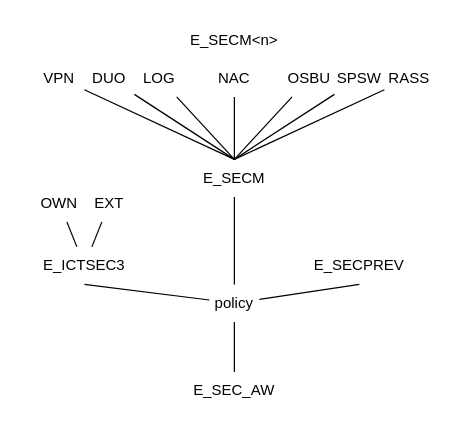
amanfucci/sistemi-informativi keeps this draw.io diagram as figures/isoc_cisce_ra_indic.drawio. Above is the earlier version. Source tidied: cells renumbered, new cells numbered last; positions are measured from the earlier drawing's top-left corner, leaving out a move shared by most shapes. Both pictures are drawn from the tidied source at 125%, with x=0, y=0 at pixel (21, 21).
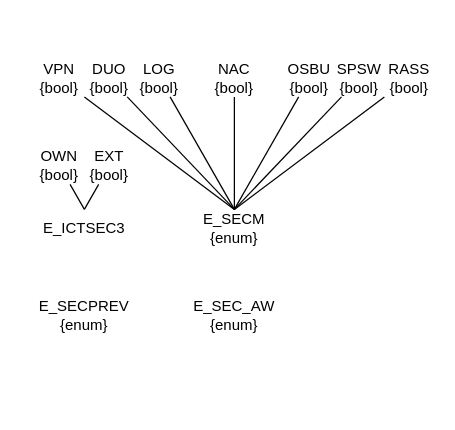
The same diagram, later.

The edit, as a diff of the source:
```diff
@@
-    <mxCell id="2" value="DUO" style="text;html=1;whiteSpace=wrap;strokeColor=none;fillColor=none;align=center;verticalAlign=middle;rounded=0;" parent="1" vertex="1">
+    <mxCell id="2" value="DUO&lt;br&gt;{bool}" style="text;html=1;whiteSpace=wrap;strokeColor=none;fillColor=none;align=center;verticalAlign=middle;rounded=0;" parent="1" vertex="1">
       <mxGeometry x="50" y="30" width="40" height="30" as="geometry" />
     </mxCell>
-    <mxCell id="3" value="LOG" style="text;html=1;whiteSpace=wrap;strokeColor=none;fillColor=none;align=center;verticalAlign=middle;rounded=0;" parent="1" vertex="1">
+    <mxCell id="3" value="LOG&lt;br&gt;{bool}" style="text;html=1;whiteSpace=wrap;strokeColor=none;fillColor=none;align=center;verticalAlign=middle;rounded=0;" parent="1" vertex="1">
       <mxGeometry x="90" y="30" width="40" height="30" as="geometry" />
     </mxCell>
-    <mxCell id="4" value="NAC" style="text;html=1;whiteSpace=wrap;strokeColor=none;fillColor=none;align=center;verticalAlign=middle;rounded=0;" parent="1" vertex="1">
+    <mxCell id="4" value="NAC&lt;br&gt;{bool}" style="text;html=1;whiteSpace=wrap;strokeColor=none;fillColor=none;align=center;verticalAlign=middle;rounded=0;" parent="1" vertex="1">
       <mxGeometry x="150" y="30" width="40" height="30" as="geometry" />
     </mxCell>
-    <mxCell id="5" value="OSBU" style="text;html=1;whiteSpace=wrap;strokeColor=none;fillColor=none;align=center;verticalAlign=middle;rounded=0;" parent="1" vertex="1">
+    <mxCell id="5" value="OSBU&lt;br&gt;{bool}" style="text;html=1;whiteSpace=wrap;strokeColor=none;fillColor=none;align=center;verticalAlign=middle;rounded=0;" parent="1" vertex="1">
       <mxGeometry x="210" y="30" width="40" height="30" as="geometry" />
     </mxCell>
-    <mxCell id="6" value="SPSW" style="text;html=1;whiteSpace=wrap;strokeColor=none;fillColor=none;align=center;verticalAlign=middle;rounded=0;" parent="1" vertex="1">
+    <mxCell id="6" value="SPSW&lt;br&gt;{bool}" style="text;html=1;whiteSpace=wrap;strokeColor=none;fillColor=none;align=center;verticalAlign=middle;rounded=0;" parent="1" vertex="1">
       <mxGeometry x="250" y="30" width="40" height="30" as="geometry" />
     </mxCell>
-    <mxCell id="7" value="RASS" style="text;html=1;whiteSpace=wrap;strokeColor=none;fillColor=none;align=center;verticalAlign=middle;rounded=0;" parent="1" vertex="1">
+    <mxCell id="7" value="RASS&lt;br&gt;{bool}" style="text;html=1;whiteSpace=wrap;strokeColor=none;fillColor=none;align=center;verticalAlign=middle;rounded=0;" parent="1" vertex="1">
       <mxGeometry x="290" y="30" width="40" height="30" as="geometry" />
     </mxCell>
-    <mxCell id="8" value="VPN" style="text;html=1;whiteSpace=wrap;strokeColor=none;fillColor=none;align=center;verticalAlign=middle;rounded=0;" parent="1" vertex="1">
+    <mxCell id="8" value="VPN&lt;br&gt;{bool}" style="text;html=1;whiteSpace=wrap;strokeColor=none;fillColor=none;align=center;verticalAlign=middle;rounded=0;" parent="1" vertex="1">
       <mxGeometry x="10" y="30" width="40" height="30" as="geometry" />
     </mxCell>
-    <mxCell id="9" value="E_SECM" style="text;html=1;whiteSpace=wrap;strokeColor=none;fillColor=none;align=center;verticalAlign=middle;rounded=0;" parent="1" vertex="1">
-      <mxGeometry x="120" y="110" width="100" height="30" as="geometry" />
+    <mxCell id="9" value="E_SECM&lt;br&gt;{enum}" style="text;html=1;whiteSpace=wrap;strokeColor=none;fillColor=none;align=center;verticalAlign=middle;rounded=0;" parent="1" vertex="1">
+      <mxGeometry x="120" y="150" width="100" height="30" as="geometry" />
     </mxCell>
@@
-    <mxCell id="17" style="endArrow=none;html=1;rounded=0;entryX=0.5;entryY=1;entryDx=0;entryDy=0;startArrow=none;startFill=0;endFill=0;endSize=8;startSize=8;" parent="1" edge="1" source="27" target="9">
-      <mxGeometry relative="1" as="geometry" />
-    </mxCell>
-    <mxCell id="18" value="E_SECM&amp;lt;n&amp;gt;" style="text;html=1;whiteSpace=wrap;strokeColor=none;fillColor=none;align=center;verticalAlign=middle;rounded=0;" parent="1" vertex="1">
-      <mxGeometry x="140" width="60" height="30" as="geometry" />
-    </mxCell>
-    <mxCell id="19" value="E_SECPREV" style="text;html=1;whiteSpace=wrap;strokeColor=none;fillColor=none;align=center;verticalAlign=middle;rounded=0;" parent="1" vertex="1">
-      <mxGeometry x="220" y="180" width="100" height="30" as="geometry" />
+    <mxCell id="19" value="E_SECPREV&lt;br&gt;{enum}" style="text;html=1;whiteSpace=wrap;strokeColor=none;fillColor=none;align=center;verticalAlign=middle;rounded=0;" parent="1" vertex="1">
+      <mxGeometry y="220" width="100" height="30" as="geometry" />
     </mxCell>
-    <mxCell id="20" style="endArrow=none;html=1;rounded=0;entryX=0.5;entryY=1;entryDx=0;entryDy=0;startArrow=none;startFill=0;endFill=0;endSize=8;startSize=8;" parent="1" edge="1" source="27" target="19">
-      <mxGeometry relative="1" as="geometry" />
-    </mxCell>
     <mxCell id="21" value="E_ICTSEC3" style="text;html=1;whiteSpace=wrap;strokeColor=none;fillColor=none;align=center;verticalAlign=middle;rounded=0;" parent="1" vertex="1">
-      <mxGeometry y="180" width="100" height="30" as="geometry" />
+      <mxGeometry y="150" width="100" height="30" as="geometry" />
     </mxCell>
-    <mxCell id="22" style="endArrow=none;html=1;rounded=0;entryX=0.5;entryY=1;entryDx=0;entryDy=0;startArrow=none;startFill=0;endFill=0;endSize=8;startSize=8;" parent="1" edge="1" source="27" target="21">
-      <mxGeometry relative="1" as="geometry" />
-    </mxCell>
-    <mxCell id="23" value="EXT" style="text;html=1;whiteSpace=wrap;strokeColor=none;fillColor=none;align=center;verticalAlign=middle;rounded=0;" parent="1" vertex="1">
-      <mxGeometry x="50" y="130" width="40" height="30" as="geometry" />
+    <mxCell id="23" value="EXT&lt;br&gt;{bool}" style="text;html=1;whiteSpace=wrap;strokeColor=none;fillColor=none;align=center;verticalAlign=middle;rounded=0;" parent="1" vertex="1">
+      <mxGeometry x="50" y="100" width="40" height="30" as="geometry" />
     </mxCell>
-    <mxCell id="24" value="OWN" style="text;html=1;whiteSpace=wrap;strokeColor=none;fillColor=none;align=center;verticalAlign=middle;rounded=0;" parent="1" vertex="1">
-      <mxGeometry x="10" y="130" width="40" height="30" as="geometry" />
+    <mxCell id="24" value="OWN&lt;br&gt;{bool}" style="text;html=1;whiteSpace=wrap;strokeColor=none;fillColor=none;align=center;verticalAlign=middle;rounded=0;" parent="1" vertex="1">
+      <mxGeometry x="10" y="100" width="40" height="30" as="geometry" />
     </mxCell>
-    <mxCell id="25" style="endArrow=none;html=1;rounded=0;endFill=0;endSize=8;" parent="1" edge="1" source="21" target="24">
+    <mxCell id="25" style="endArrow=none;html=1;rounded=0;endFill=0;endSize=8;exitX=0.5;exitY=0;exitDx=0;exitDy=0;" parent="1" edge="1" source="21" target="24">
       <mxGeometry relative="1" as="geometry" />
     </mxCell>
-    <mxCell id="26" style="endArrow=none;html=1;rounded=0;endFill=0;endSize=8;" parent="1" edge="1" source="21" target="23">
+    <mxCell id="26" style="endArrow=none;html=1;rounded=0;endFill=0;endSize=8;exitX=0.5;exitY=0;exitDx=0;exitDy=0;" parent="1" edge="1" source="21" target="23">
       <mxGeometry relative="1" as="geometry" />
     </mxCell>
-    <mxCell id="27" value="policy" style="text;html=1;whiteSpace=wrap;strokeColor=none;fillColor=none;align=center;verticalAlign=middle;rounded=0;" parent="1" vertex="1">
-      <mxGeometry x="150" y="210" width="40" height="30" as="geometry" />
-    </mxCell>
-    <mxCell id="28" style="endArrow=none;html=1;rounded=0;startArrow=none;startFill=0;endFill=0;endSize=8;startSize=8;" parent="1" edge="1" source="27" target="29">
-      <mxGeometry relative="1" as="geometry" />
-    </mxCell>
-    <mxCell id="29" value="E_SEC_AW" style="text;html=1;whiteSpace=wrap;strokeColor=none;fillColor=none;align=center;verticalAlign=middle;rounded=0;" parent="1" vertex="1">
-      <mxGeometry x="120" y="280" width="100" height="30" as="geometry" />
+    <mxCell id="29" value="E_SEC_AW&lt;div&gt;{enum}&lt;/div&gt;" style="text;html=1;whiteSpace=wrap;strokeColor=none;fillColor=none;align=center;verticalAlign=middle;rounded=0;" parent="1" vertex="1">
+      <mxGeometry x="120" y="220" width="100" height="30" as="geometry" />
     </mxCell>
```
